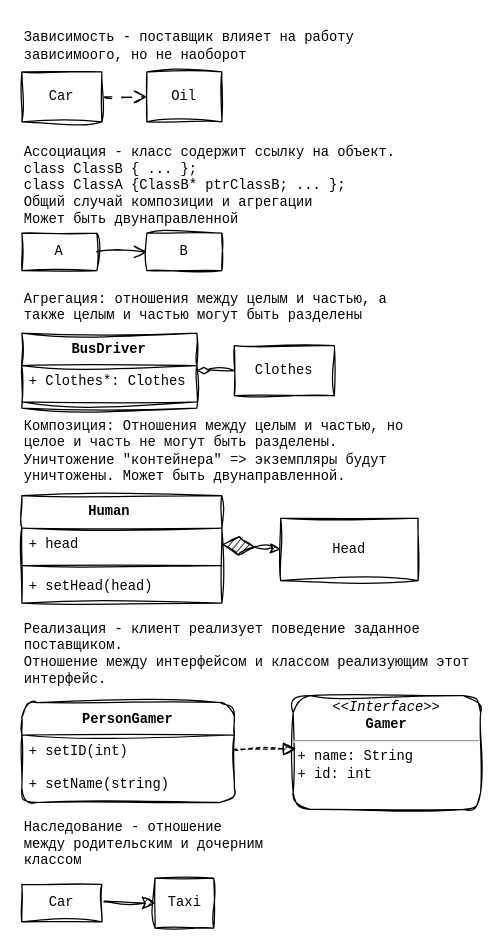
Amatikay/SDT_helper keeps this draw.io diagram as UML.drawio. Above is the earlier version. Source tidied: cells renumbered, new cells numbered last; positions are measured from the earlier drawing's top-left corner, leaving out a move shared by most shapes. Both pictures are drawn from the tidied source at 125%, with x=0, y=0 at pixel (21, 21).
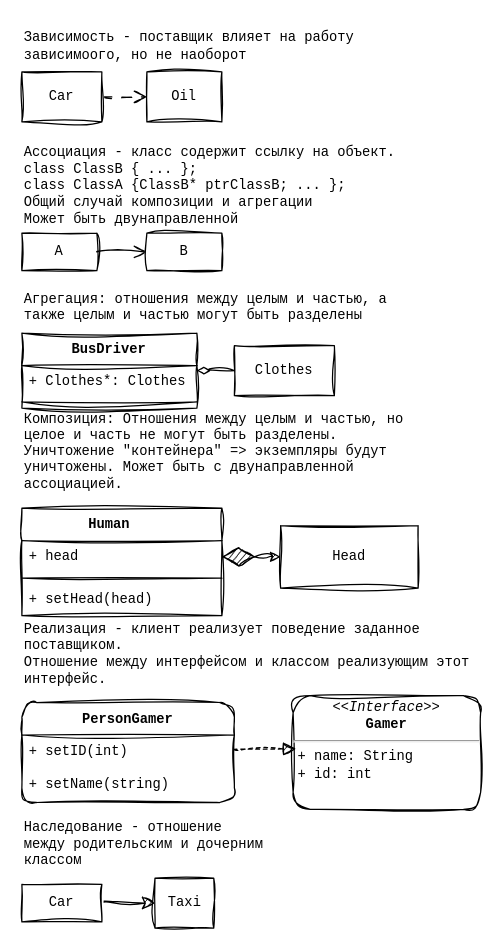
The same diagram, later.

The edit, as a diff of the source:
```diff
@@
-    <mxCell id="7" value="Композиция: Отношения между целым и частью, но целое и часть не могут быть разделены. Уничтожение &quot;контейнера&quot; =&amp;gt; экземпляры будут уничтожены. Может быть двунаправленной." style="text;strokeColor=none;fillColor=none;html=1;align=left;verticalAlign=middle;whiteSpace=wrap;rounded=0;fontSize=11;fontFamily=Courier New;swimlaneLine=1;sketch=1;curveFitting=1;jiggle=2;shadow=0;fontColor=default;labelBackgroundColor=none;" parent="1" vertex="1">
+    <mxCell id="7" value="Композиция: Отношения между целым и частью, но целое и часть не могут быть разделены. Уничтожение &quot;контейнера&quot; =&amp;gt; экземпляры будут уничтожены. Может быть с двунаправленной ассоциацией." style="text;strokeColor=none;fillColor=none;html=1;align=left;verticalAlign=middle;whiteSpace=wrap;rounded=0;fontSize=11;fontFamily=Courier New;swimlaneLine=1;sketch=1;curveFitting=1;jiggle=2;shadow=0;fontColor=default;labelBackgroundColor=none;" parent="1" vertex="1">
       <mxGeometry y="319" width="317" height="50" as="geometry" />
     </mxCell>
     <mxCell id="8" value="Human&lt;span style=&quot;white-space: pre; font-size: 11px;&quot;&gt;&#9;&lt;br style=&quot;font-size: 11px;&quot;&gt;&lt;br style=&quot;font-size: 11px;&quot;&gt;&lt;/span&gt;" style="swimlane;fontStyle=1;align=center;verticalAlign=top;horizontal=1;startSize=26;whiteSpace=wrap;html=1;sketch=1;hachureGap=4;jiggle=2;curveFitting=1;fontFamily=Courier New;fontSize=11;swimlaneLine=1;shadow=0;fontColor=default;labelBackgroundColor=none;" parent="1" vertex="1">
-      <mxGeometry y="379" width="160" height="86" as="geometry" />
+      <mxGeometry y="389" width="160" height="86" as="geometry" />
     </mxCell>
@@
     <mxCell id="12" value="Head" style="html=1;whiteSpace=wrap;sketch=1;hachureGap=4;jiggle=2;curveFitting=1;fontFamily=Courier New;fontSize=11;swimlaneLine=1;shadow=0;fontColor=default;labelBackgroundColor=none;" parent="1" vertex="1">
-      <mxGeometry x="207" y="397" width="110" height="50" as="geometry" />
+      <mxGeometry x="207" y="403" width="110" height="50" as="geometry" />
     </mxCell>
```
